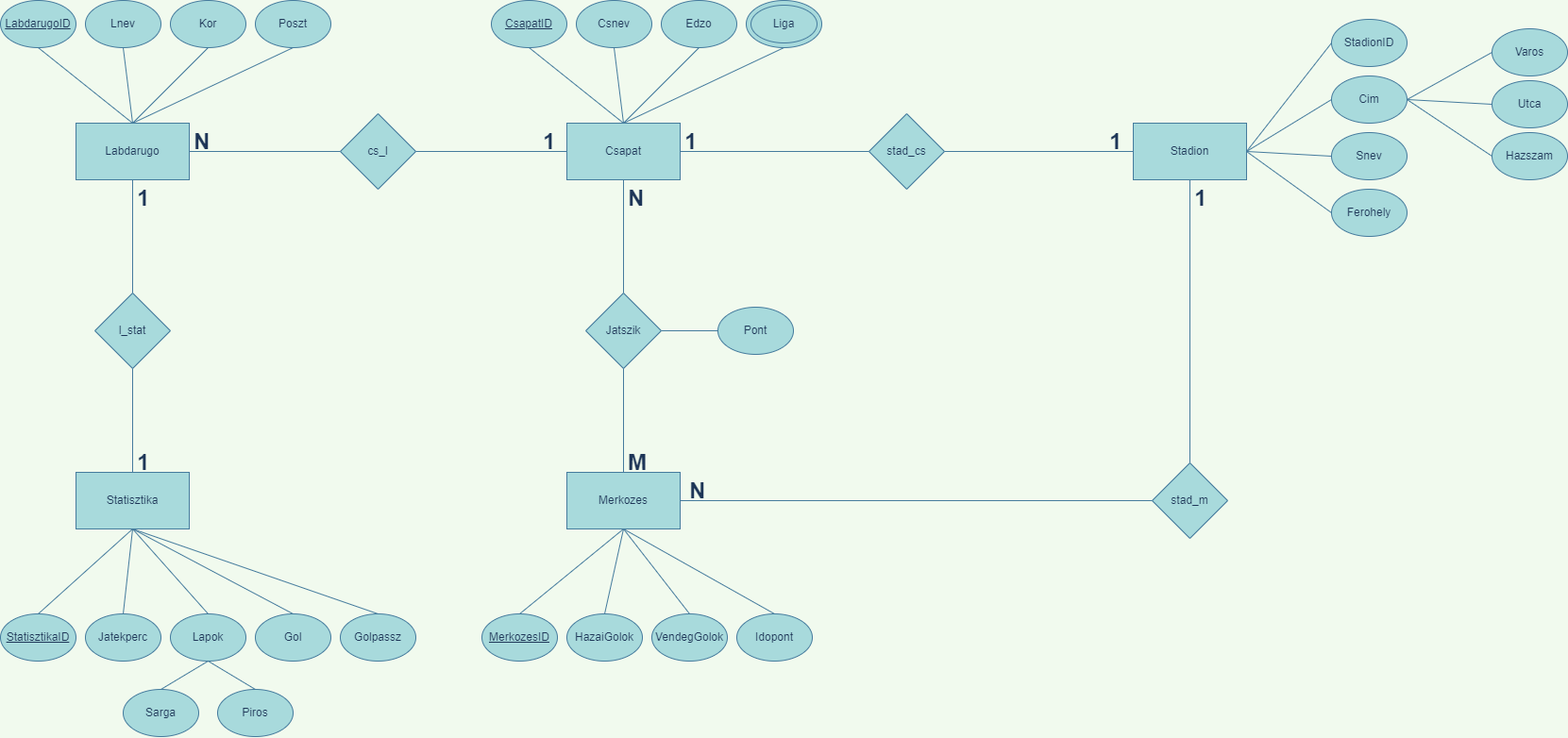
Fbencee/TP0M8Y_XMLGYak keeps this draw.io diagram as XMLTaskTP0M8Y/ERTP0M8Y.png. Above is the earlier version. Source tidied: cells renumbered, new cells last; positions are measured from the earlier drawing's top-left corner, leaving out a move shared by most shapes.
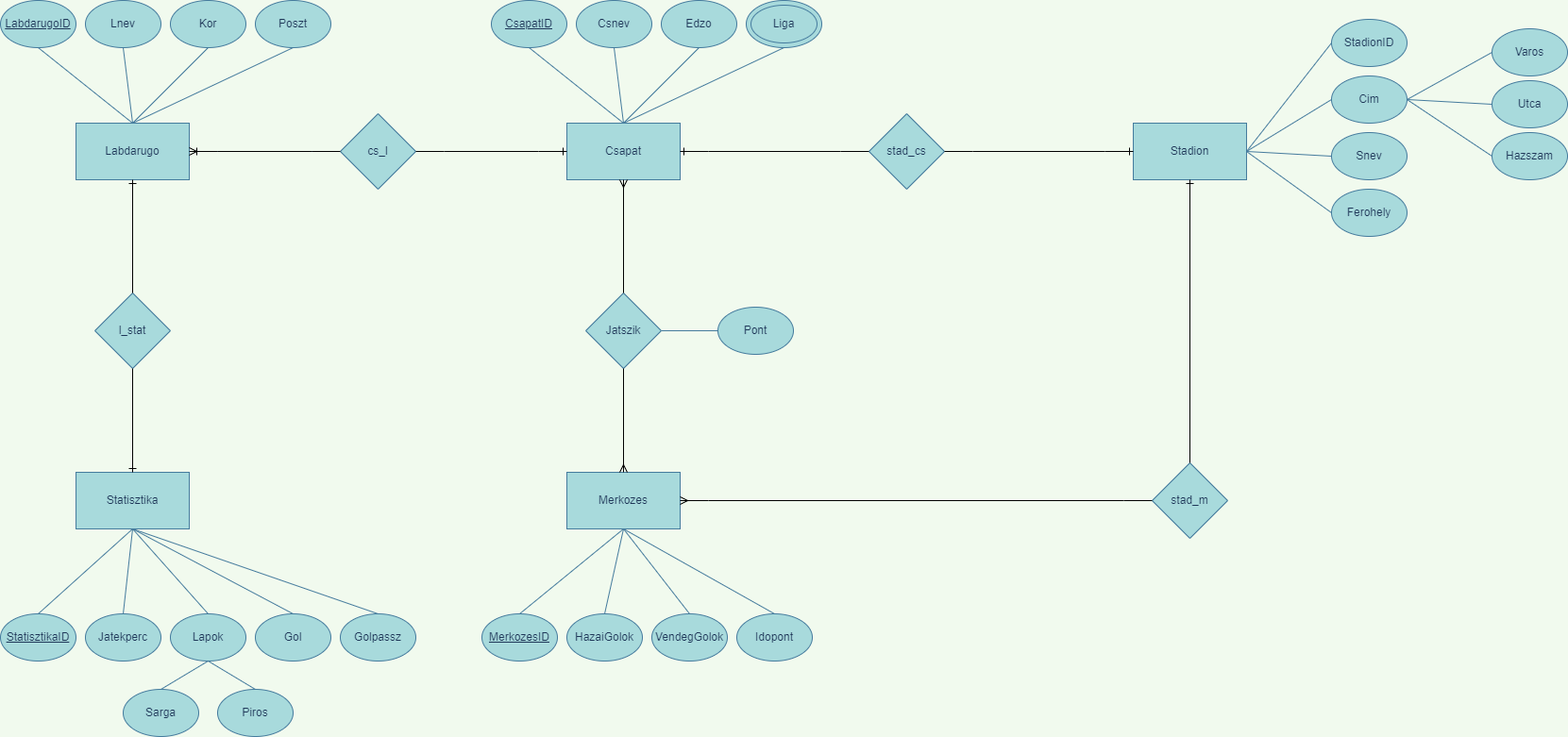
The same file after the commit.

Diff of the diagram source:
```diff
@@ -11,18 +11,6 @@
     <mxCell id="4" value="l_stat" style="rhombus;whiteSpace=wrap;html=1;fillColor=#A8DADC;strokeColor=#457B9D;fontColor=#1D3557;" parent="1" vertex="1">
       <mxGeometry x="100" y="310" width="80" height="80" as="geometry" />
     </mxCell>
-    <mxCell id="5" style="endArrow=none;html=1;rounded=0;exitX=0.5;exitY=0;exitDx=0;exitDy=0;entryX=0.5;entryY=1;entryDx=0;entryDy=0;labelBackgroundColor=#F1FAEE;strokeColor=#457B9D;fontColor=#1D3557;" parent="1" edge="1" source="3" target="4">
-      <mxGeometry relative="1" as="geometry" />
-    </mxCell>
-    <mxCell id="6" style="endArrow=none;html=1;rounded=0;entryX=0.5;entryY=1;entryDx=0;entryDy=0;exitX=0.5;exitY=0;exitDx=0;exitDy=0;labelBackgroundColor=#F1FAEE;strokeColor=#457B9D;fontColor=#1D3557;" parent="1" edge="1" source="4" target="2">
-      <mxGeometry relative="1" as="geometry" />
-    </mxCell>
-    <mxCell id="7" value="&lt;h1&gt;1&lt;/h1&gt;" style="text;html=1;strokeColor=none;fillColor=none;spacing=5;spacingTop=-20;whiteSpace=wrap;overflow=hidden;rounded=0;fontColor=#1D3557;" parent="1" vertex="1">
-      <mxGeometry x="140" y="190" width="30" height="30" as="geometry" />
-    </mxCell>
-    <mxCell id="8" value="&lt;h1&gt;1&lt;/h1&gt;" style="text;html=1;strokeColor=none;fillColor=none;spacing=5;spacingTop=-20;whiteSpace=wrap;overflow=hidden;rounded=0;fontColor=#1D3557;" parent="1" vertex="1">
-      <mxGeometry x="140" y="470" width="30" height="30" as="geometry" />
-    </mxCell>
     <mxCell id="9" value="StatisztikaID" style="ellipse;whiteSpace=wrap;html=1;fontStyle=4;fillColor=#A8DADC;strokeColor=#457B9D;fontColor=#1D3557;" parent="1" vertex="1">
       <mxGeometry y="650" width="80" height="50" as="geometry" />
     </mxCell>
@@ -95,18 +83,9 @@
     <mxCell id="32" style="endArrow=none;html=1;rounded=0;exitX=1;exitY=0.5;exitDx=0;exitDy=0;entryX=0;entryY=0.5;entryDx=0;entryDy=0;labelBackgroundColor=#F1FAEE;strokeColor=#457B9D;fontColor=#1D3557;" parent="1" edge="1" source="2" target="31">
       <mxGeometry relative="1" as="geometry" />
     </mxCell>
-    <mxCell id="33" value="&lt;h1&gt;N&lt;/h1&gt;" style="text;html=1;strokeColor=none;fillColor=none;spacing=5;spacingTop=-20;whiteSpace=wrap;overflow=hidden;rounded=0;fontColor=#1D3557;" parent="1" vertex="1">
-      <mxGeometry x="200" y="130" width="30" height="30" as="geometry" />
-    </mxCell>
     <mxCell id="34" value="Csapat" style="rounded=0;whiteSpace=wrap;html=1;fillColor=#A8DADC;strokeColor=#457B9D;fontColor=#1D3557;" parent="1" vertex="1">
       <mxGeometry x="600" y="130" width="120" height="60" as="geometry" />
     </mxCell>
-    <mxCell id="35" style="endArrow=none;html=1;rounded=0;entryX=0;entryY=0.5;entryDx=0;entryDy=0;exitX=1;exitY=0.5;exitDx=0;exitDy=0;labelBackgroundColor=#F1FAEE;strokeColor=#457B9D;fontColor=#1D3557;" parent="1" edge="1" source="31" target="34">
-      <mxGeometry relative="1" as="geometry" />
-    </mxCell>
-    <mxCell id="36" value="&lt;h1&gt;1&lt;/h1&gt;" style="text;html=1;strokeColor=none;fillColor=none;spacing=5;spacingTop=-20;whiteSpace=wrap;overflow=hidden;rounded=0;fontColor=#1D3557;" parent="1" vertex="1">
-      <mxGeometry x="570" y="130" width="30" height="30" as="geometry" />
-    </mxCell>
     <mxCell id="37" value="CsapatID" style="ellipse;whiteSpace=wrap;html=1;fontStyle=4;fillColor=#A8DADC;strokeColor=#457B9D;fontColor=#1D3557;" parent="1" vertex="1">
       <mxGeometry x="520" width="80" height="50" as="geometry" />
     </mxCell>
@@ -140,9 +119,6 @@
     <mxCell id="47" value="Jatszik" style="rhombus;whiteSpace=wrap;html=1;fillColor=#A8DADC;strokeColor=#457B9D;fontColor=#1D3557;" parent="1" vertex="1">
       <mxGeometry x="620" y="310" width="80" height="80" as="geometry" />
     </mxCell>
-    <mxCell id="48" style="endArrow=none;html=1;rounded=0;entryX=0.5;entryY=1;entryDx=0;entryDy=0;exitX=0.5;exitY=0;exitDx=0;exitDy=0;labelBackgroundColor=#F1FAEE;strokeColor=#457B9D;fontColor=#1D3557;" parent="1" edge="1" source="47" target="34">
-      <mxGeometry relative="1" as="geometry" />
-    </mxCell>
     <mxCell id="49" style="endArrow=none;html=1;rounded=0;entryX=0.5;entryY=1;entryDx=0;entryDy=0;exitX=0.5;exitY=0;exitDx=0;exitDy=0;labelBackgroundColor=#F1FAEE;strokeColor=#457B9D;fontColor=#1D3557;" parent="1" edge="1" source="46" target="47">
       <mxGeometry relative="1" as="geometry" />
     </mxCell>
@@ -152,12 +128,6 @@
     <mxCell id="51" style="endArrow=none;html=1;rounded=0;entryX=0;entryY=0.5;entryDx=0;entryDy=0;exitX=1;exitY=0.5;exitDx=0;exitDy=0;labelBackgroundColor=#F1FAEE;strokeColor=#457B9D;fontColor=#1D3557;" parent="1" edge="1" source="47" target="50">
       <mxGeometry relative="1" as="geometry" />
     </mxCell>
-    <mxCell id="52" value="&lt;h1&gt;N&lt;/h1&gt;" style="text;html=1;strokeColor=none;fillColor=none;spacing=5;spacingTop=-20;whiteSpace=wrap;overflow=hidden;rounded=0;fontColor=#1D3557;" parent="1" vertex="1">
-      <mxGeometry x="660" y="190" width="30" height="30" as="geometry" />
-    </mxCell>
-    <mxCell id="53" value="&lt;h1&gt;M&lt;/h1&gt;" style="text;html=1;strokeColor=none;fillColor=none;spacing=5;spacingTop=-20;whiteSpace=wrap;overflow=hidden;rounded=0;fontColor=#1D3557;" parent="1" vertex="1">
-      <mxGeometry x="660" y="470" width="30" height="30" as="geometry" />
-    </mxCell>
     <mxCell id="54" value="MerkozesID" style="ellipse;whiteSpace=wrap;html=1;fontStyle=4;fillColor=#A8DADC;strokeColor=#457B9D;fontColor=#1D3557;" parent="1" vertex="1">
       <mxGeometry x="510" y="650" width="80" height="50" as="geometry" />
     </mxCell>
@@ -191,18 +161,6 @@
     <mxCell id="64" value="Stadion" style="rounded=0;whiteSpace=wrap;html=1;fillColor=#A8DADC;strokeColor=#457B9D;fontColor=#1D3557;" parent="1" vertex="1">
       <mxGeometry x="1200" y="130" width="120" height="60" as="geometry" />
     </mxCell>
-    <mxCell id="65" style="endArrow=none;html=1;rounded=0;exitX=0.5;exitY=0;exitDx=0;exitDy=0;entryX=0.5;entryY=1;entryDx=0;entryDy=0;labelBackgroundColor=#F1FAEE;strokeColor=#457B9D;fontColor=#1D3557;" parent="1" edge="1" source="62" target="64">
-      <mxGeometry relative="1" as="geometry" />
-    </mxCell>
-    <mxCell id="66" style="endArrow=none;html=1;rounded=0;exitX=0;exitY=0.5;exitDx=0;exitDy=0;entryX=1;entryY=0.5;entryDx=0;entryDy=0;labelBackgroundColor=#F1FAEE;strokeColor=#457B9D;fontColor=#1D3557;" parent="1" edge="1" source="62" target="46">
-      <mxGeometry relative="1" as="geometry" />
-    </mxCell>
-    <mxCell id="67" style="endArrow=none;html=1;rounded=0;entryX=0.5;entryY=0;entryDx=0;entryDy=0;exitX=0;exitY=0.5;exitDx=0;exitDy=0;labelBackgroundColor=#F1FAEE;strokeColor=#457B9D;fontColor=#1D3557;" parent="1" edge="1" source="64" target="63">
-      <mxGeometry relative="1" as="geometry" />
-    </mxCell>
-    <mxCell id="68" style="endArrow=none;html=1;rounded=0;exitX=1;exitY=0.5;exitDx=0;exitDy=0;entryX=0.5;entryY=1;entryDx=0;entryDy=0;labelBackgroundColor=#F1FAEE;strokeColor=#457B9D;fontColor=#1D3557;" parent="1" edge="1" source="34" target="63">
-      <mxGeometry relative="1" as="geometry" />
-    </mxCell>
     <mxCell id="69" value="StadionID" style="ellipse;whiteSpace=wrap;html=1;fontStyle=0;fillColor=#A8DADC;strokeColor=#457B9D;fontColor=#1D3557;" parent="1" vertex="1">
       <mxGeometry x="1410" y="20" width="80" height="50" as="geometry" />
     </mxCell>
@@ -245,17 +203,41 @@
     <mxCell id="82" style="endArrow=none;html=1;rounded=0;entryX=0;entryY=0.5;entryDx=0;entryDy=0;exitX=1;exitY=0.5;exitDx=0;exitDy=0;labelBackgroundColor=#F1FAEE;strokeColor=#457B9D;fontColor=#1D3557;" parent="1" edge="1" source="70" target="75">
       <mxGeometry relative="1" as="geometry" />
     </mxCell>
-    <mxCell id="83" value="&lt;h1&gt;1&lt;/h1&gt;" style="text;html=1;strokeColor=none;fillColor=none;spacing=5;spacingTop=-20;whiteSpace=wrap;overflow=hidden;rounded=0;fontColor=#1D3557;" parent="1" vertex="1">
-      <mxGeometry x="720" y="130" width="30" height="30" as="geometry" />
-    </mxCell>
-    <mxCell id="84" value="&lt;h1&gt;1&lt;/h1&gt;" style="text;html=1;strokeColor=none;fillColor=none;spacing=5;spacingTop=-20;whiteSpace=wrap;overflow=hidden;rounded=0;fontColor=#1D3557;" parent="1" vertex="1">
-      <mxGeometry x="1170" y="130" width="30" height="30" as="geometry" />
-    </mxCell>
-    <mxCell id="85" value="&lt;h1&gt;1&lt;/h1&gt;" style="text;html=1;strokeColor=none;fillColor=none;spacing=5;spacingTop=-20;whiteSpace=wrap;overflow=hidden;rounded=0;fontColor=#1D3557;" parent="1" vertex="1">
-      <mxGeometry x="1260" y="190" width="30" height="30" as="geometry" />
-    </mxCell>
-    <mxCell id="86" value="&lt;h1&gt;N&lt;/h1&gt;" style="text;html=1;strokeColor=none;fillColor=none;spacing=5;spacingTop=-20;whiteSpace=wrap;overflow=hidden;rounded=0;fontColor=#1D3557;" parent="1" vertex="1">
-      <mxGeometry x="725" y="500" width="30" height="30" as="geometry" />
-    </mxCell>
+    <mxCell id="87" style="edgeStyle=entityRelationEdgeStyle;fontSize=12;html=1;endArrow=ERoneToMany;rounded=0;exitX=0;exitY=0.5;exitDx=0;exitDy=0;entryX=1;entryY=0.5;entryDx=0;entryDy=0;" parent="1" edge="1" source="31" target="2">
+      <mxGeometry relative="1" as="geometry" />
+    </mxCell>
+    <mxCell id="35" style="edgeStyle=entityRelationEdgeStyle;fontSize=12;html=1;endArrow=ERone;endFill=1;rounded=0;entryX=0;entryY=0.5;entryDx=0;entryDy=0;exitX=1;exitY=0.5;exitDx=0;exitDy=0;" parent="1" edge="1" source="31" target="34">
+      <mxGeometry relative="1" as="geometry" />
+    </mxCell>
+    <mxCell id="6" style="fontSize=12;html=1;endArrow=ERone;endFill=1;rounded=0;exitX=0.5;exitY=0;exitDx=0;exitDy=0;entryX=0.5;entryY=1;entryDx=0;entryDy=0;" parent="1" edge="1" source="4" target="2">
+      <mxGeometry relative="1" as="geometry" />
+    </mxCell>
+    <mxCell id="88" style="fontSize=12;html=1;endArrow=ERone;endFill=1;rounded=0;exitX=0.5;exitY=1;exitDx=0;exitDy=0;entryX=0;entryY=1;entryDx=0;entryDy=0;" parent="1" edge="1" source="4">
+      <mxGeometry relative="1" as="geometry">
+        <mxPoint x="140" y="500" as="targetPoint" />
+      </mxGeometry>
+    </mxCell>
+    <mxCell id="48" style="fontSize=12;html=1;endArrow=ERmany;rounded=0;exitX=0.5;exitY=0;exitDx=0;exitDy=0;entryX=0.5;entryY=1;entryDx=0;entryDy=0;" parent="1" edge="1" source="47" target="34">
+      <mxGeometry relative="1" as="geometry" />
+    </mxCell>
+    <mxCell id="89" style="fontSize=12;html=1;endArrow=ERmany;rounded=0;exitX=0.5;exitY=1;exitDx=0;exitDy=0;entryX=0;entryY=1;entryDx=0;entryDy=0;" parent="1" edge="1" source="47">
+      <mxGeometry relative="1" as="geometry">
+        <mxPoint x="660" y="500" as="targetPoint" />
+      </mxGeometry>
+    </mxCell>
+    <mxCell id="90" style="edgeStyle=entityRelationEdgeStyle;fontSize=12;html=1;endArrow=ERone;endFill=1;rounded=0;entryX=1;entryY=0.5;entryDx=0;entryDy=0;exitX=0.5;exitY=1;exitDx=0;exitDy=0;" parent="1" edge="1" source="63" target="34">
+      <mxGeometry relative="1" as="geometry" />
+    </mxCell>
+    <mxCell id="91" style="edgeStyle=entityRelationEdgeStyle;fontSize=12;html=1;endArrow=ERone;endFill=1;rounded=0;entryX=1;entryY=1;entryDx=0;entryDy=0;exitX=0.5;exitY=0;exitDx=0;exitDy=0;" parent="1" edge="1" source="63">
+      <mxGeometry relative="1" as="geometry">
+        <mxPoint x="1200" y="160" as="targetPoint" />
+      </mxGeometry>
+    </mxCell>
+    <mxCell id="65" style="fontSize=12;html=1;endArrow=ERone;endFill=1;rounded=0;entryX=0.5;entryY=1;entryDx=0;entryDy=0;exitX=0.5;exitY=0;exitDx=0;exitDy=0;" parent="1" edge="1" source="62" target="64">
+      <mxGeometry relative="1" as="geometry" />
+    </mxCell>
+    <mxCell id="66" style="edgeStyle=entityRelationEdgeStyle;fontSize=12;html=1;endArrow=ERmany;rounded=0;exitX=0;exitY=0.5;exitDx=0;exitDy=0;entryX=1;entryY=0.5;entryDx=0;entryDy=0;" parent="1" edge="1" source="62" target="46">
+      <mxGeometry relative="1" as="geometry" />
+    </mxCell>
   </root>
 </mxGraphModel>
```
